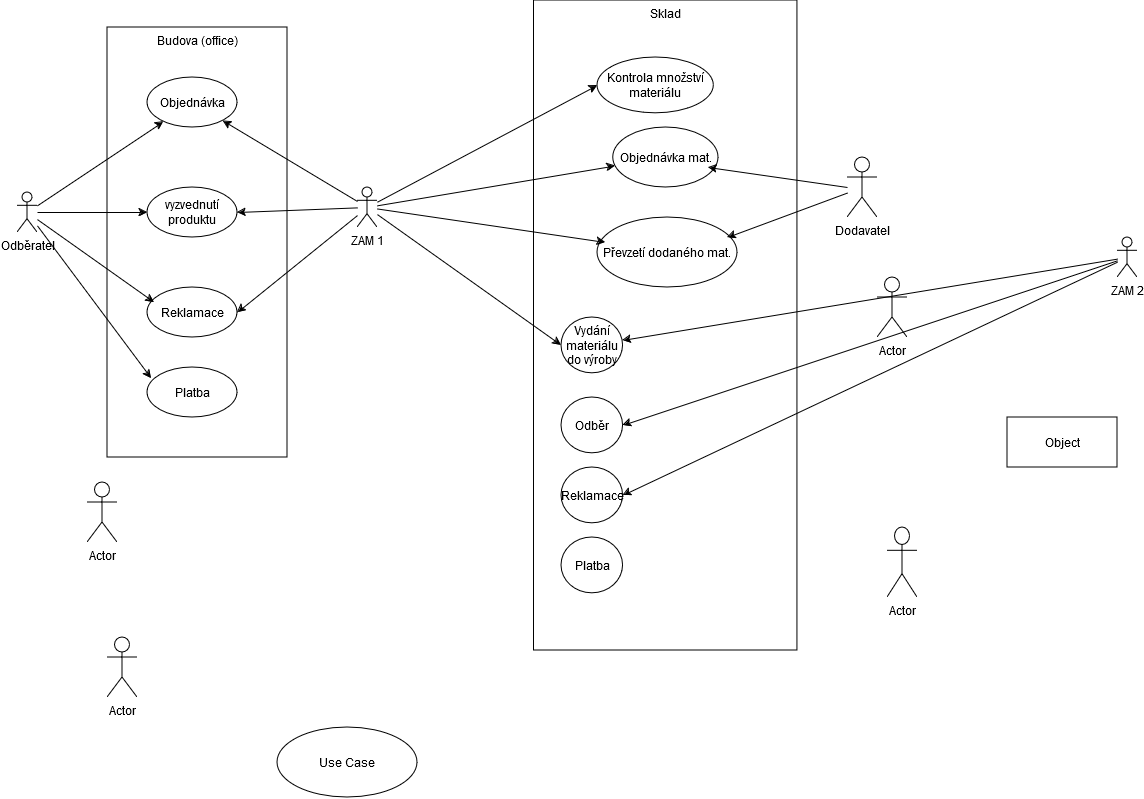
Before: SW_ING/Tužka_state.png, a diagram exported from draw.io (KarelMasa/pg). Source tidied: cells renumbered, new cells last; positions are measured from the earlier drawing's top-left corner, leaving out a move shared by most shapes.
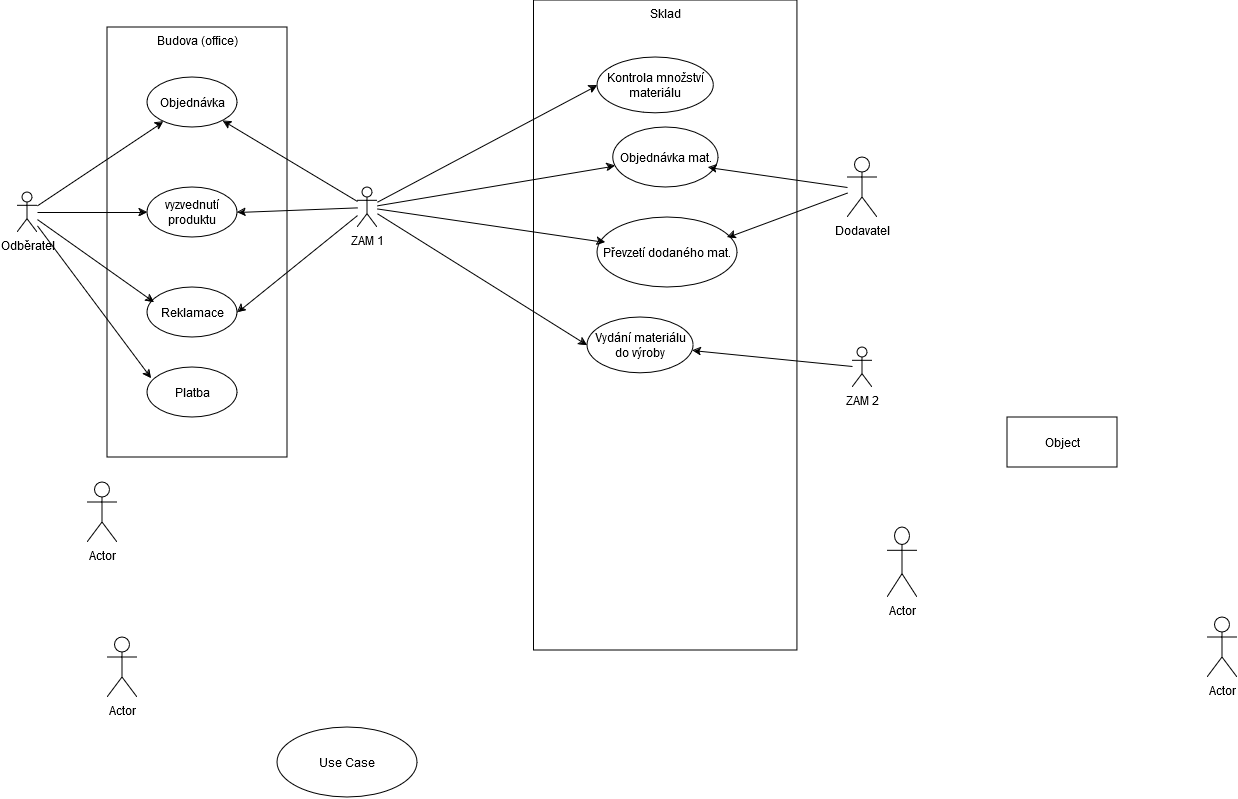
The same file after the commit.

Change to the diagram source:
```diff
@@ -51,7 +51,7 @@
       <mxGeometry relative="1" as="geometry" />
     </mxCell>
     <mxCell id="18" value="Actor" style="shape=umlActor;verticalLabelPosition=bottom;verticalAlign=top;html=1;" parent="1" vertex="1">
-      <mxGeometry x="860" y="277" width="30" height="60" as="geometry" />
+      <mxGeometry x="1190" y="617" width="30" height="60" as="geometry" />
     </mxCell>
     <mxCell id="19" style="rounded=0;jettySize=auto;html=1;entryX=0.078;entryY=0.3;entryDx=0;entryDy=0;entryPerimeter=0;" parent="1" edge="1" source="22" target="6">
       <mxGeometry relative="1" as="geometry" />
@@ -74,18 +74,9 @@
     <mxCell id="25" value="Sklad" style="html=1;whiteSpace=wrap;verticalAlign=top;" parent="24" vertex="1">
       <mxGeometry x="-3.4" y="-27.1" width="263.4" height="650" as="geometry" />
     </mxCell>
-    <mxCell id="26" value="Odběr " style="ellipse;whiteSpace=wrap;html=1;" parent="24" vertex="1">
-      <mxGeometry x="23.9" y="370" width="61.6" height="55.8" as="geometry" />
-    </mxCell>
     <mxCell id="27" value="Vydání materiálu do výroby" style="ellipse;whiteSpace=wrap;html=1;" parent="24" vertex="1">
-      <mxGeometry x="23.9" y="290" width="61.6" height="55.8" as="geometry" />
+      <mxGeometry x="50" y="290" width="106" height="55.8" as="geometry" />
     </mxCell>
-    <mxCell id="28" value="Reklamace" style="ellipse;whiteSpace=wrap;html=1;" parent="24" vertex="1">
-      <mxGeometry x="23.9" y="440" width="61.6" height="55.8" as="geometry" />
-    </mxCell>
-    <mxCell id="29" value="&lt;div&gt;Platba&lt;/div&gt;" style="ellipse;whiteSpace=wrap;html=1;" parent="24" vertex="1">
-      <mxGeometry x="23.9" y="510" width="61.6" height="55.8" as="geometry" />
-    </mxCell>
     <mxCell id="30" value="Kontrola množství materiálu" style="ellipse;whiteSpace=wrap;html=1;" parent="24" vertex="1">
       <mxGeometry x="60" y="30" width="116.3" height="55.8" as="geometry" />
     </mxCell>
@@ -98,14 +89,8 @@
     <mxCell id="33" style="rounded=0;jettySize=auto;html=1;" parent="1" edge="1" source="36" target="27">
       <mxGeometry relative="1" as="geometry" />
     </mxCell>
-    <mxCell id="34" style="rounded=0;jettySize=auto;html=1;entryX=1;entryY=0.5;entryDx=0;entryDy=0;" parent="1" edge="1" source="36" target="26">
-      <mxGeometry relative="1" as="geometry" />
-    </mxCell>
-    <mxCell id="35" style="rounded=0;jettySize=auto;html=1;entryX=1;entryY=0.5;entryDx=0;entryDy=0;" parent="1" edge="1" source="36" target="28">
-      <mxGeometry relative="1" as="geometry" />
-    </mxCell>
     <mxCell id="36" value="&lt;div&gt;ZAM 2&lt;/div&gt;" style="shape=umlActor;verticalLabelPosition=bottom;verticalAlign=top;html=1;" parent="1" vertex="1">
-      <mxGeometry x="1100" y="237" width="20" height="40" as="geometry" />
+      <mxGeometry x="835" y="347" width="20" height="40" as="geometry" />
     </mxCell>
     <mxCell id="37" style="rounded=0;jettySize=auto;html=1;entryX=0;entryY=0.5;entryDx=0;entryDy=0;" parent="1" edge="1" source="23" target="27">
       <mxGeometry relative="1" as="geometry" />
```
